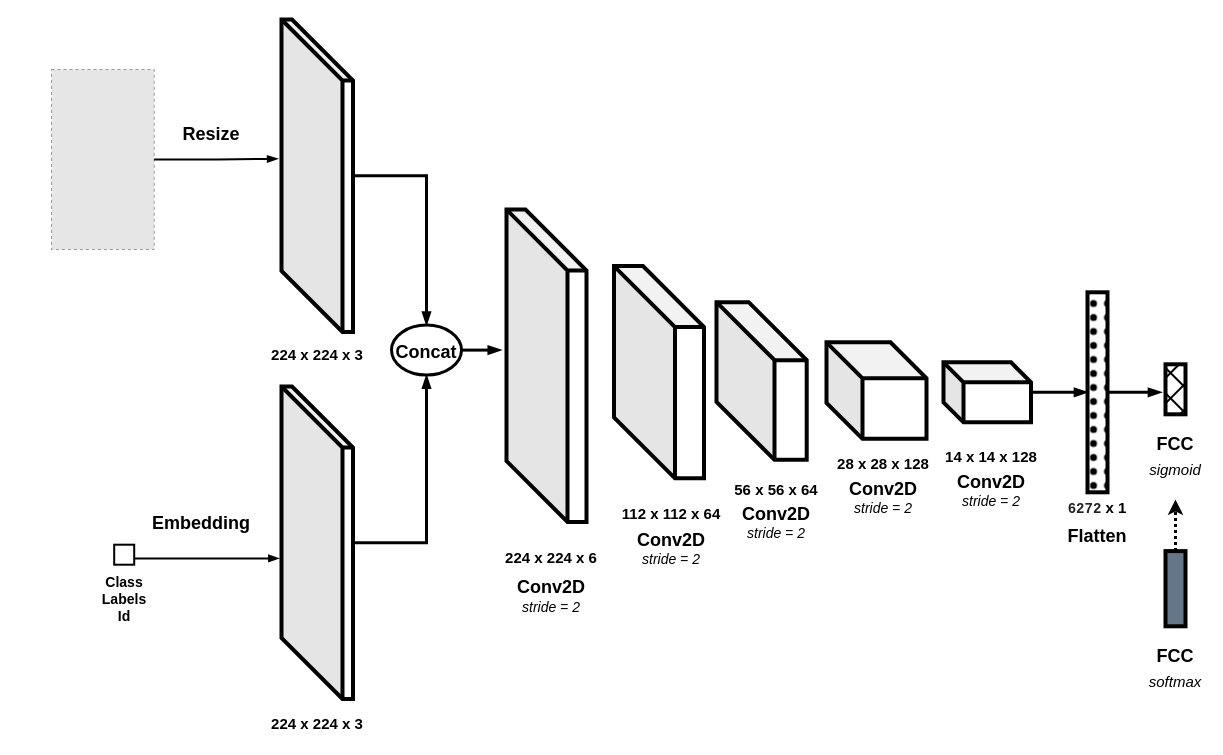
This is discriminator.drawio from viniciusrpb/drawio_flowcharts, a draw.io file, before an edit. Source tidied: cells renumbered, new cells numbered last; positions are measured from the earlier drawing's top-left corner, leaving out a move shared by most shapes. Both pictures are drawn from the tidied source at 100%, with x=0, y=0 at pixel (51, 19). Pictures stored in the file or linked from it are replaced by grey dashed boxes.
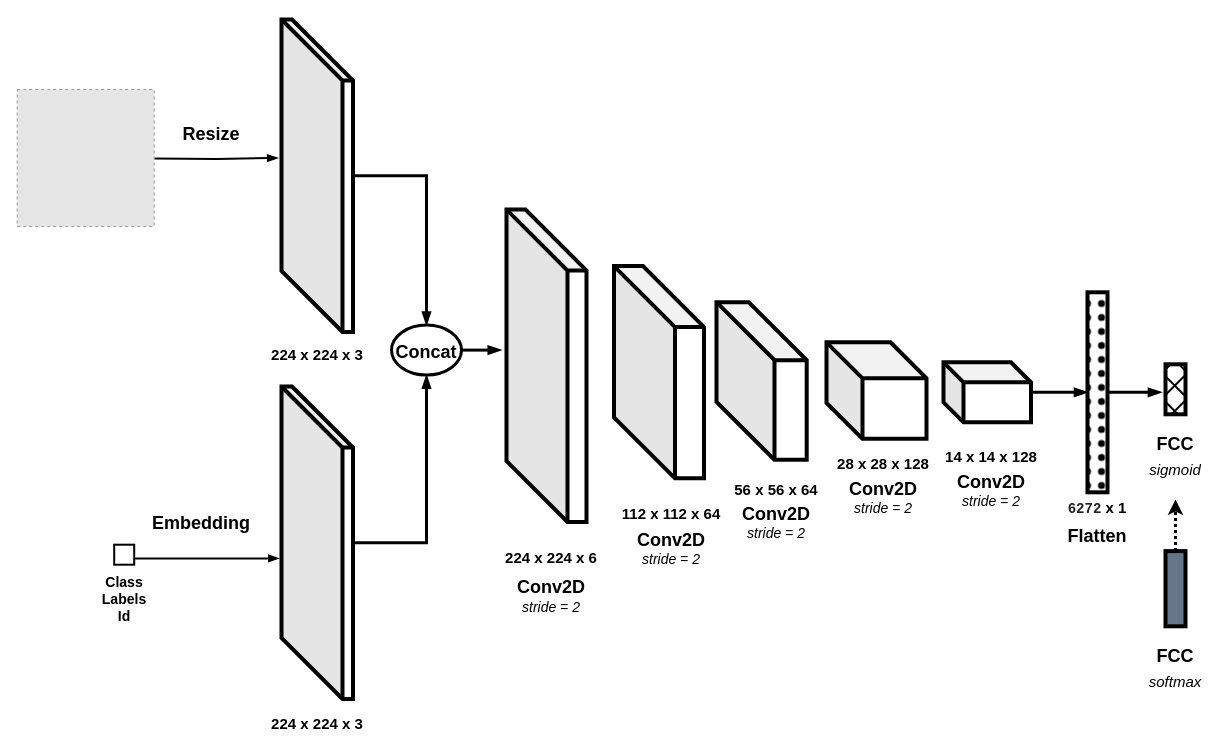
The same diagram, later.

The change refers to these unchanged cells:
```xml
<mxCell id="7" style="shape=cube;whiteSpace=wrap;html=1;boundedLbl=1;backgroundOutline=1;darkOpacity=0.05;darkOpacity2=0.1;strokeWidth=4;size=61;fillColor=default;gradientColor=none;" parent="1" vertex="1">
  <mxGeometry x="230" width="71.5" height="312.5" as="geometry" />
</mxCell>
```

Change to the diagram source:
```diff
@@
-    <mxCell id="26" style="fillColor=#E6E6E6;strokeColor=#999999;dashed=1;verticalLabelPosition=bottom;labelBackgroundColor=default;verticalAlign=top;" parent="1" vertex="1">
-      <mxGeometry y="50" width="102.7" height="180" as="geometry" />
-    </mxCell>
-    <mxCell id="27" style="edgeStyle=orthogonalEdgeStyle;rounded=0;jettySize=auto;html=1;entryX=-0.048;entryY=0.446;entryDx=0;entryDy=0;entryPerimeter=0;strokeWidth=2;endArrow=blockThin;endFill=1;" parent="1" edge="1" source="26" target="7">
-      <mxGeometry relative="1" as="geometry" />
+    <mxCell id="27" style="edgeStyle=orthogonalEdgeStyle;rounded=0;orthogonalLoop=1;jettySize=auto;html=1;entryX=-0.048;entryY=0.446;entryDx=0;entryDy=0;entryPerimeter=0;strokeWidth=2;endArrow=blockThin;endFill=1;" parent="1" edge="1">
+      <mxGeometry relative="1" as="geometry">
+        <mxPoint x="102.7" y="139" as="sourcePoint" />
+        <mxPoint x="226.6" y="138.4" as="targetPoint" />
+      </mxGeometry>
     </mxCell>
@@
+    <mxCell id="49" style="fillColor=#E6E6E6;strokeColor=#999999;dashed=1;verticalLabelPosition=bottom;labelBackgroundColor=default;verticalAlign=top;" parent="1" vertex="1">
+      <mxGeometry x="-34.3" y="70" width="137" height="137" as="geometry" />
+    </mxCell>
```
